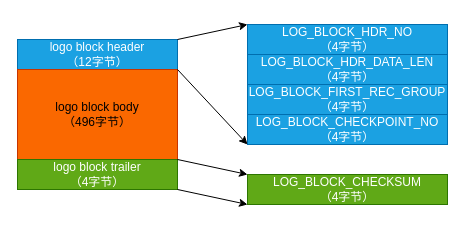
Before: page "redo log block" (12 of 17) of mysql/mysql查询.drawio in josek43326/draw.io, a draw.io diagram. Source tidied: cells renumbered, new cells numbered last; positions are measured from the earlier drawing's top-left corner, leaving out a move shared by most shapes. Both pictures are drawn from the tidied source at 100%, with x=0, y=0 at pixel (17, 24).
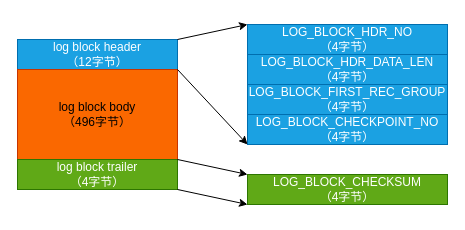
The same diagram, later.

Change to the diagram source:
```diff
@@
 <mxGraphModel>
   <root>
     <mxCell id="0" />
     <mxCell id="1" parent="0" />
-    <mxCell id="2" value="logo block header&lt;br&gt;（12字节）" style="rounded=0;whiteSpace=wrap;html=1;fillColor=#1ba1e2;fontColor=#ffffff;strokeColor=#006EAF;" parent="1" vertex="1">
+    <mxCell id="2" value="log block header&lt;br&gt;（12字节）" style="rounded=0;whiteSpace=wrap;html=1;fillColor=#1ba1e2;fontColor=#ffffff;strokeColor=#006EAF;" parent="1" vertex="1">
       <mxGeometry y="15" width="160" height="30" as="geometry" />
     </mxCell>
-    <mxCell id="3" value="logo block body&lt;br&gt;（496字节）" style="rounded=0;whiteSpace=wrap;html=1;fillColor=#fa6800;fontColor=#000000;strokeColor=#C73500;" parent="1" vertex="1">
+    <mxCell id="3" value="log block body&lt;br&gt;（496字节）" style="rounded=0;whiteSpace=wrap;html=1;fillColor=#fa6800;fontColor=#000000;strokeColor=#C73500;" parent="1" vertex="1">
       <mxGeometry y="45" width="160" height="90" as="geometry" />
     </mxCell>
-    <mxCell id="4" value="logo block trailer&lt;br&gt;（4字节）" style="rounded=0;whiteSpace=wrap;html=1;fillColor=#60a917;fontColor=#ffffff;strokeColor=#2D7600;" parent="1" vertex="1">
+    <mxCell id="4" value="log block trailer&lt;br&gt;（4字节）" style="rounded=0;whiteSpace=wrap;html=1;fillColor=#60a917;fontColor=#ffffff;strokeColor=#2D7600;" parent="1" vertex="1">
       <mxGeometry y="135" width="160" height="30" as="geometry" />
     </mxCell>
     <mxCell id="5" value="LOG_BLOCK_HDR_NO&lt;br&gt;（4字节）" style="rounded=0;whiteSpace=wrap;html=1;fillColor=#1ba1e2;fontColor=#ffffff;strokeColor=#006EAF;" parent="1" vertex="1">
       <mxGeometry x="230" width="200" height="30" as="geometry" />
     </mxCell>
     <mxCell id="6" value="LOG_BLOCK_HDR_DATA_LEN&lt;br&gt;（4字节）" style="rounded=0;whiteSpace=wrap;html=1;fillColor=#1ba1e2;fontColor=#ffffff;strokeColor=#006EAF;" parent="1" vertex="1">
       <mxGeometry x="230" y="30" width="200" height="30" as="geometry" />
     </mxCell>
     <mxCell id="7" value="LOG_BLOCK_FIRST_REC_GROUP（4字节）" style="rounded=0;whiteSpace=wrap;html=1;fillColor=#1ba1e2;fontColor=#ffffff;strokeColor=#006EAF;" parent="1" vertex="1">
       <mxGeometry x="230" y="60" width="200" height="30" as="geometry" />
     </mxCell>
     <mxCell id="8" value="LOG_BLOCK_CHECKPOINT_NO（4字节）" style="rounded=0;whiteSpace=wrap;html=1;fillColor=#1ba1e2;fontColor=#ffffff;strokeColor=#006EAF;" parent="1" vertex="1">
       <mxGeometry x="230" y="90" width="200" height="30" as="geometry" />
     </mxCell>
     <mxCell id="9" value="LOG_BLOCK_CHECKSUM&lt;br&gt;（4字节）" style="rounded=0;whiteSpace=wrap;html=1;fillColor=#60a917;fontColor=#ffffff;strokeColor=#2D7600;" parent="1" vertex="1">
       <mxGeometry x="230" y="150" width="200" height="30" as="geometry" />
     </mxCell>
     <mxCell id="10" style="endArrow=classic;html=1;rounded=0;entryX=0;entryY=0;entryDx=0;entryDy=0;exitX=1;exitY=0;exitDx=0;exitDy=0;" parent="1" edge="1" source="2" target="5">
       <mxGeometry relative="1" as="geometry" />
     </mxCell>
     <mxCell id="11" style="endArrow=classic;html=1;rounded=0;exitX=1;exitY=0;exitDx=0;exitDy=0;entryX=0;entryY=1;entryDx=0;entryDy=0;" parent="1" edge="1" source="3" target="8">
       <mxGeometry relative="1" as="geometry" />
     </mxCell>
     <mxCell id="12" style="endArrow=classic;html=1;rounded=0;exitX=1;exitY=1;exitDx=0;exitDy=0;entryX=0;entryY=0;entryDx=0;entryDy=0;" parent="1" edge="1" source="3" target="9">
       <mxGeometry relative="1" as="geometry" />
     </mxCell>
     <mxCell id="13" style="endArrow=classic;html=1;rounded=0;exitX=1;exitY=1;exitDx=0;exitDy=0;entryX=0;entryY=1;entryDx=0;entryDy=0;" parent="1" edge="1" source="4" target="9">
       <mxGeometry relative="1" as="geometry" />
     </mxCell>
   </root>
 </mxGraphModel>
```
